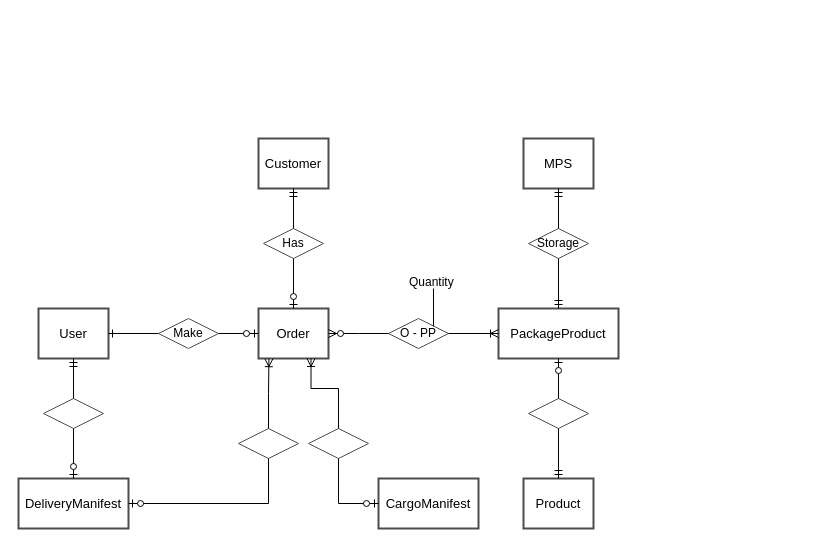
Earlier version of the draw.io diagram documentation/ERD-diagram.drawio (gabrielmrenno/erp_sales). Source tidied: cells renumbered, new cells numbered last; positions are measured from the earlier drawing's top-left corner, leaving out a move shared by most shapes. Both pictures are drawn from the tidied source at 100%, with x=0, y=0 at pixel (18, 138).
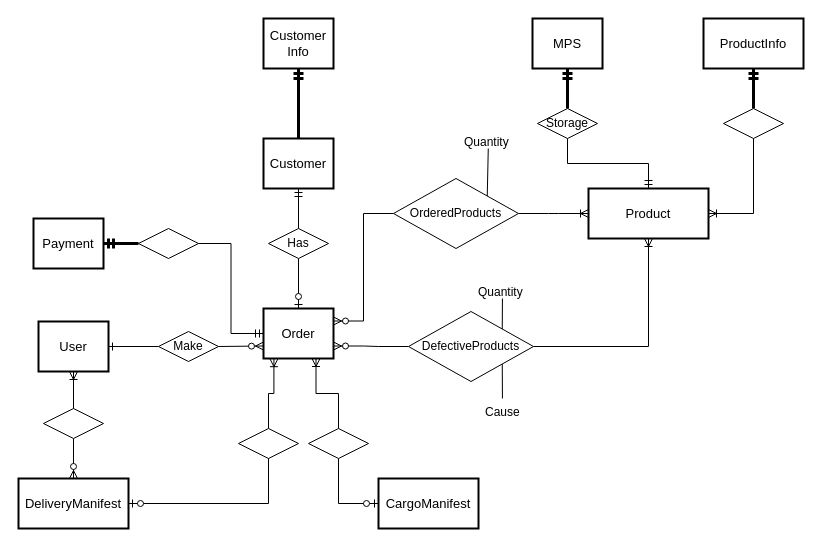
Above is the later version.

Commit message (it also covers changes not shown here):
fix: growing up response on user's features

What changed in the source:
```diff
@@
-    <mxCell id="2" value="Order" style="strokeWidth=2;whiteSpace=wrap;html=1;align=center;fontSize=13;fontFamily=Helvetica;fontColor=#000000;strokeColor=#4D4D4D;fillColor=#FFFFFF;shadow=0;" parent="1" vertex="1">
-      <mxGeometry x="240" y="170" width="70" height="50" as="geometry" />
+    <mxCell id="2" value="Order" style="strokeWidth=2;whiteSpace=wrap;html=1;align=center;fontSize=13;fontFamily=Helvetica;shadow=0;" parent="1" vertex="1">
+      <mxGeometry x="245" y="170" width="70" height="50" as="geometry" />
     </mxCell>
-    <mxCell id="3" value="User" style="strokeWidth=2;whiteSpace=wrap;html=1;align=center;fontSize=13;fontFamily=Helvetica;fontColor=#000000;strokeColor=#4D4D4D;fillColor=#FFFFFF;shadow=0;" parent="1" vertex="1">
-      <mxGeometry x="20" y="170" width="70" height="50" as="geometry" />
+    <mxCell id="3" value="User" style="strokeWidth=2;whiteSpace=wrap;html=1;align=center;fontSize=13;fontFamily=Helvetica;shadow=0;" parent="1" vertex="1">
+      <mxGeometry x="20" y="183" width="70" height="50" as="geometry" />
     </mxCell>
-    <mxCell id="4" value="Customer" style="strokeWidth=2;whiteSpace=wrap;html=1;align=center;fontSize=13;fontFamily=Helvetica;fontColor=#000000;strokeColor=#4D4D4D;fillColor=#FFFFFF;shadow=0;" parent="1" vertex="1">
-      <mxGeometry x="240" width="70" height="50" as="geometry" />
+    <mxCell id="4" value="Customer" style="strokeWidth=2;whiteSpace=wrap;html=1;align=center;fontSize=13;fontFamily=Helvetica;shadow=0;" parent="1" vertex="1">
+      <mxGeometry x="245" width="70" height="50" as="geometry" />
     </mxCell>
-    <mxCell id="5" value="PackageProduct" style="strokeWidth=2;whiteSpace=wrap;html=1;align=center;fontSize=13;fontFamily=Helvetica;fontColor=#000000;strokeColor=#4D4D4D;fillColor=#FFFFFF;shadow=0;" parent="1" vertex="1">
-      <mxGeometry x="480" y="170" width="120" height="50" as="geometry" />
+    <mxCell id="5" value="Product" style="strokeWidth=2;whiteSpace=wrap;html=1;align=center;fontSize=13;fontFamily=Helvetica;shadow=0;" parent="1" vertex="1">
+      <mxGeometry x="570" y="50" width="120" height="50" as="geometry" />
     </mxCell>
-    <mxCell id="6" value="CargoManifest" style="strokeWidth=2;whiteSpace=wrap;html=1;align=center;fontSize=13;fontFamily=Helvetica;fontColor=#000000;strokeColor=#4D4D4D;fillColor=#FFFFFF;shadow=0;" parent="1" vertex="1">
+    <mxCell id="6" value="CargoManifest" style="strokeWidth=2;whiteSpace=wrap;html=1;align=center;fontSize=13;fontFamily=Helvetica;shadow=0;" parent="1" vertex="1">
       <mxGeometry x="360" y="340" width="100" height="50" as="geometry" />
     </mxCell>
-    <mxCell id="7" value="Product" style="strokeWidth=2;whiteSpace=wrap;html=1;align=center;fontSize=13;fontFamily=Helvetica;fontColor=#000000;strokeColor=#4D4D4D;fillColor=#FFFFFF;shadow=0;" parent="1" vertex="1">
-      <mxGeometry x="505" y="340" width="70" height="50" as="geometry" />
-    </mxCell>
-    <mxCell id="8" value="MPS" style="strokeWidth=2;whiteSpace=wrap;html=1;align=center;fontSize=13;fontFamily=Helvetica;fontColor=#000000;strokeColor=#4D4D4D;fillColor=#FFFFFF;shadow=0;" parent="1" vertex="1">
-      <mxGeometry x="505" width="70" height="50" as="geometry" />
+    <mxCell id="8" value="MPS" style="strokeWidth=2;whiteSpace=wrap;html=1;align=center;fontSize=13;fontFamily=Helvetica;shadow=0;" parent="1" vertex="1">
+      <mxGeometry x="514" y="-120" width="70" height="50" as="geometry" />
     </mxCell>
-    <mxCell id="9" value="Make" style="rhombus;whiteSpace=wrap;html=1;shadow=0;strokeColor=#4D4D4D;fillColor=#FFFFFF;" parent="1" vertex="1">
-      <mxGeometry x="140" y="180" width="60" height="30" as="geometry" />
+    <mxCell id="9" value="Make" style="rhombus;whiteSpace=wrap;html=1;shadow=0;" parent="1" vertex="1">
+      <mxGeometry x="140" y="193" width="60" height="30" as="geometry" />
     </mxCell>
@@
-    <mxCell id="11" value="Storage" style="rhombus;whiteSpace=wrap;html=1;shadow=0;strokeColor=#4D4D4D;fillColor=#FFFFFF;" parent="1" vertex="1">
-      <mxGeometry x="510" y="90" width="60" height="30" as="geometry" />
+    <mxCell id="11" value="Storage" style="rhombus;whiteSpace=wrap;html=1;shadow=0;" parent="1" vertex="1">
+      <mxGeometry x="519" y="-30" width="60" height="30" as="geometry" />
     </mxCell>
-    <mxCell id="12" style="fontSize=12;html=1;endArrow=ERmandOne;rounded=0;entryX=0.5;entryY=1;entryDx=0;entryDy=0;" parent="1" edge="1" source="11" target="8">
+    <mxCell id="12" style="fontSize=12;html=1;endArrow=ERmandOne;rounded=0;entryX=0.5;entryY=1;entryDx=0;entryDy=0;strokeWidth=3;edgeStyle=orthogonalEdgeStyle;" parent="1" edge="1" source="11" target="8">
       <mxGeometry relative="1" as="geometry" />
     </mxCell>
-    <mxCell id="13" style="fontSize=12;html=1;endArrow=ERmandOne;rounded=0;entryX=0.5;entryY=0;entryDx=0;entryDy=0;exitX=0.5;exitY=1;exitDx=0;exitDy=0;" parent="1" edge="1" source="11" target="5">
+    <mxCell id="13" style="fontSize=12;html=1;endArrow=ERmandOne;rounded=0;entryX=0.5;entryY=0;entryDx=0;entryDy=0;exitX=0.5;exitY=1;exitDx=0;exitDy=0;edgeStyle=orthogonalEdgeStyle;" parent="1" edge="1" source="11" target="5">
       <mxGeometry relative="1" as="geometry" />
     </mxCell>
-    <mxCell id="14" value="Has" style="rhombus;whiteSpace=wrap;html=1;shadow=0;strokeColor=#4D4D4D;fillColor=#FFFFFF;" parent="1" vertex="1">
-      <mxGeometry x="245" y="90" width="60" height="30" as="geometry" />
+    <mxCell id="14" value="Has" style="rhombus;whiteSpace=wrap;html=1;shadow=0;" parent="1" vertex="1">
+      <mxGeometry x="250" y="90" width="60" height="30" as="geometry" />
     </mxCell>
@@
-    <mxCell id="16" value="DeliveryManifest" style="strokeWidth=2;whiteSpace=wrap;html=1;align=center;fontSize=13;fontFamily=Helvetica;fontColor=#000000;strokeColor=#4D4D4D;fillColor=#FFFFFF;shadow=0;" parent="1" vertex="1">
+    <mxCell id="16" value="DeliveryManifest" style="strokeWidth=2;whiteSpace=wrap;html=1;align=center;fontSize=13;fontFamily=Helvetica;shadow=0;" parent="1" vertex="1">
       <mxGeometry y="340" width="110" height="50" as="geometry" />
     </mxCell>
-    <mxCell id="17" style="rhombus;whiteSpace=wrap;html=1;shadow=0;strokeColor=#4D4D4D;fillColor=#FFFFFF;" parent="1" vertex="1">
-      <mxGeometry x="25" y="260" width="60" height="30" as="geometry" />
+    <mxCell id="17" style="rhombus;whiteSpace=wrap;html=1;shadow=0;" parent="1" vertex="1">
+      <mxGeometry x="25" y="270" width="60" height="30" as="geometry" />
     </mxCell>
-    <mxCell id="18" style="fontSize=12;html=1;endArrow=ERmandOne;rounded=0;" parent="1" edge="1" source="17" target="3">
-      <mxGeometry relative="1" as="geometry" />
-    </mxCell>
-    <mxCell id="19" style="edgeStyle=entityRelationEdgeStyle;fontSize=12;html=1;endArrow=ERzeroToOne;endFill=1;rounded=0;exitX=1;exitY=0.5;exitDx=0;exitDy=0;" parent="1" edge="1" source="9">
-      <mxGeometry relative="1" as="geometry">
-        <mxPoint x="240" y="195" as="targetPoint" />
-      </mxGeometry>
-    </mxCell>
@@
-    <mxCell id="21" style="fontSize=12;html=1;endArrow=ERzeroToOne;endFill=1;rounded=0;exitX=0.5;exitY=1;exitDx=0;exitDy=0;entryX=0.5;entryY=0;entryDx=0;entryDy=0;" parent="1" edge="1" source="17" target="16">
-      <mxGeometry relative="1" as="geometry" />
-    </mxCell>
-    <mxCell id="22" style="rhombus;whiteSpace=wrap;html=1;shadow=0;strokeColor=#4D4D4D;fillColor=#FFFFFF;" parent="1" vertex="1">
+    <mxCell id="22" style="rhombus;whiteSpace=wrap;html=1;shadow=0;" parent="1" vertex="1">
       <mxGeometry x="220" y="290" width="60" height="30" as="geometry" />
     </mxCell>
@@
-    <mxCell id="25" style="rhombus;whiteSpace=wrap;html=1;shadow=0;strokeColor=#4D4D4D;fillColor=#FFFFFF;" parent="1" vertex="1">
+    <mxCell id="25" style="rhombus;whiteSpace=wrap;html=1;shadow=0;" parent="1" vertex="1">
       <mxGeometry x="290" y="290" width="60" height="30" as="geometry" />
     </mxCell>
@@
-    <mxCell id="27" style="edgeStyle=orthogonalEdgeStyle;fontSize=12;html=1;endArrow=ERoneToMany;rounded=0;exitX=0.5;exitY=0;exitDx=0;exitDy=0;entryX=0.75;entryY=1;entryDx=0;entryDy=0;" parent="1" edge="1" source="25" target="2">
-      <mxGeometry relative="1" as="geometry">
-        <Array as="points">
-          <mxPoint x="320" y="250" />
-          <mxPoint x="293" y="250" />
-        </Array>
-      </mxGeometry>
+    <mxCell id="27" style="fontSize=12;html=1;endArrow=ERoneToMany;rounded=0;exitX=0.5;exitY=0;exitDx=0;exitDy=0;entryX=0.75;entryY=1;entryDx=0;entryDy=0;edgeStyle=orthogonalEdgeStyle;" parent="1" edge="1" source="25" target="2">
+      <mxGeometry relative="1" as="geometry" />
     </mxCell>
-    <mxCell id="28" value="O - PP" style="rhombus;whiteSpace=wrap;html=1;shadow=0;strokeColor=#4D4D4D;fillColor=#FFFFFF;" parent="1" vertex="1">
-      <mxGeometry x="370" y="180" width="60" height="30" as="geometry" />
+    <mxCell id="28" value="OrderedProducts" style="rhombus;whiteSpace=wrap;html=1;shadow=0;" parent="1" vertex="1">
+      <mxGeometry x="375" y="40" width="125" height="70" as="geometry" />
     </mxCell>
-    <mxCell id="29" style="edgeStyle=entityRelationEdgeStyle;fontSize=12;html=1;endArrow=ERzeroToMany;endFill=1;rounded=0;entryX=1;entryY=0.5;entryDx=0;entryDy=0;exitX=0;exitY=0.5;exitDx=0;exitDy=0;" parent="1" edge="1" source="28" target="2">
+    <mxCell id="29" style="edgeStyle=entityRelationEdgeStyle;fontSize=12;html=1;endArrow=ERzeroToMany;endFill=1;rounded=0;entryX=1;entryY=0.25;entryDx=0;entryDy=0;exitX=0;exitY=0.5;exitDx=0;exitDy=0;" parent="1" edge="1" source="28" target="2">
       <mxGeometry relative="1" as="geometry" />
     </mxCell>
@@
     <mxCell id="31" value="Quantity" style="text;strokeColor=none;fillColor=none;spacingLeft=4;spacingRight=4;overflow=hidden;points=[[0,0.5],[1,0.5]];portConstraint=eastwest;fontSize=12;" parent="1" vertex="1">
-      <mxGeometry x="385" y="130" width="60" height="20" as="geometry" />
+      <mxGeometry x="440" y="-10" width="60" height="20" as="geometry" />
     </mxCell>
@@
-    <mxCell id="33" style="rhombus;whiteSpace=wrap;html=1;shadow=0;strokeColor=#4D4D4D;fillColor=#FFFFFF;" parent="1" vertex="1">
-      <mxGeometry x="510" y="260" width="60" height="30" as="geometry" />
-    </mxCell>
-    <mxCell id="34" style="fontSize=12;html=1;endArrow=ERmandOne;rounded=0;exitX=0.5;exitY=1;exitDx=0;exitDy=0;entryX=0.5;entryY=0;entryDx=0;entryDy=0;" parent="1" edge="1" source="33" target="7">
-      <mxGeometry relative="1" as="geometry" />
-    </mxCell>
-    <mxCell id="35" style="fontSize=12;html=1;endArrow=ERzeroToOne;endFill=1;rounded=0;entryX=0.5;entryY=1;entryDx=0;entryDy=0;" parent="1" edge="1" source="33" target="5">
-      <mxGeometry relative="1" as="geometry" />
-    </mxCell>
+    <mxCell id="21" style="fontSize=12;html=1;endArrow=ERzeroToMany;endFill=1;rounded=0;exitX=0.5;exitY=1;exitDx=0;exitDy=0;entryX=0.5;entryY=0;entryDx=0;entryDy=0;" parent="1" edge="1" source="17" target="16">
+      <mxGeometry relative="1" as="geometry" />
+    </mxCell>
+    <mxCell id="36" style="fontSize=12;html=1;endArrow=ERzeroToMany;endFill=1;rounded=0;exitX=1;exitY=0.5;exitDx=0;exitDy=0;entryX=0;entryY=0.75;entryDx=0;entryDy=0;" parent="1" edge="1" source="9" target="2">
+      <mxGeometry relative="1" as="geometry" />
+    </mxCell>
+    <mxCell id="37" value="DefectiveProducts" style="rhombus;whiteSpace=wrap;html=1;shadow=0;" parent="1" vertex="1">
+      <mxGeometry x="390" y="173" width="125" height="70" as="geometry" />
+    </mxCell>
+    <mxCell id="38" style="edgeStyle=entityRelationEdgeStyle;fontSize=12;html=1;endArrow=ERzeroToMany;endFill=1;rounded=0;entryX=1;entryY=0.75;entryDx=0;entryDy=0;exitX=0;exitY=0.5;exitDx=0;exitDy=0;" parent="1" edge="1" source="37" target="2">
+      <mxGeometry relative="1" as="geometry" />
+    </mxCell>
+    <mxCell id="39" style="edgeStyle=orthogonalEdgeStyle;fontSize=12;html=1;endArrow=ERoneToMany;rounded=0;exitX=1;exitY=0.5;exitDx=0;exitDy=0;entryX=0.5;entryY=1;entryDx=0;entryDy=0;" parent="1" edge="1" source="37" target="5">
+      <mxGeometry relative="1" as="geometry" />
+    </mxCell>
+    <mxCell id="40" value="Quantity" style="text;strokeColor=none;fillColor=none;spacingLeft=4;spacingRight=4;overflow=hidden;points=[[0,0.5],[1,0.5]];portConstraint=eastwest;fontSize=12;" parent="1" vertex="1">
+      <mxGeometry x="454" y="140" width="60" height="20" as="geometry" />
+    </mxCell>
+    <mxCell id="41" style="endArrow=none;html=1;rounded=0;exitX=1;exitY=0;exitDx=0;exitDy=0;" parent="1" edge="1" source="37" target="40">
+      <mxGeometry relative="1" as="geometry" />
+    </mxCell>
+    <mxCell id="42" value="Cause" style="text;strokeColor=none;fillColor=none;spacingLeft=4;spacingRight=4;overflow=hidden;points=[[0,0.5],[1,0.5]];portConstraint=eastwest;fontSize=12;" parent="1" vertex="1">
+      <mxGeometry x="461" y="260" width="46" height="20" as="geometry" />
+    </mxCell>
+    <mxCell id="43" style="endArrow=none;html=1;rounded=0;exitX=1;exitY=1;exitDx=0;exitDy=0;" parent="1" edge="1" source="37" target="42">
+      <mxGeometry relative="1" as="geometry" />
+    </mxCell>
+    <mxCell id="44" value="Payment" style="strokeWidth=2;whiteSpace=wrap;html=1;align=center;fontSize=13;fontFamily=Helvetica;shadow=0;" parent="1" vertex="1">
+      <mxGeometry x="15" y="80" width="70" height="50" as="geometry" />
+    </mxCell>
+    <mxCell id="45" style="rhombus;whiteSpace=wrap;html=1;shadow=0;" parent="1" vertex="1">
+      <mxGeometry x="120" y="90" width="60" height="30" as="geometry" />
+    </mxCell>
+    <mxCell id="46" style="fontSize=12;html=1;endArrow=ERmandOne;rounded=0;exitX=1;exitY=0.5;exitDx=0;exitDy=0;entryX=0;entryY=0.5;entryDx=0;entryDy=0;edgeStyle=orthogonalEdgeStyle;" parent="1" edge="1" source="45" target="2">
+      <mxGeometry relative="1" as="geometry" />
+    </mxCell>
+    <mxCell id="47" style="fontSize=12;html=1;endArrow=ERmandOne;rounded=0;exitX=0;exitY=0.5;exitDx=0;exitDy=0;entryX=1;entryY=0.5;entryDx=0;entryDy=0;edgeStyle=orthogonalEdgeStyle;strokeWidth=3;" parent="1" edge="1" source="45" target="44">
+      <mxGeometry relative="1" as="geometry" />
+    </mxCell>
+    <mxCell id="48" value="Customer&lt;br&gt;Info" style="strokeWidth=2;whiteSpace=wrap;html=1;align=center;fontSize=13;fontFamily=Helvetica;shadow=0;" parent="1" vertex="1">
+      <mxGeometry x="245" y="-120" width="70" height="50" as="geometry" />
+    </mxCell>
+    <mxCell id="49" style="fontSize=12;html=1;endArrow=ERmandOne;rounded=0;entryX=0.5;entryY=1;entryDx=0;entryDy=0;edgeStyle=orthogonalEdgeStyle;strokeWidth=3;exitX=0.5;exitY=0;exitDx=0;exitDy=0;" parent="1" edge="1" source="4" target="48">
+      <mxGeometry relative="1" as="geometry" />
+    </mxCell>
+    <mxCell id="50" value="ProductInfo" style="strokeWidth=2;whiteSpace=wrap;html=1;align=center;fontSize=13;fontFamily=Helvetica;shadow=0;" parent="1" vertex="1">
+      <mxGeometry x="685" y="-120" width="100" height="50" as="geometry" />
+    </mxCell>
+    <mxCell id="51" style="rhombus;whiteSpace=wrap;html=1;shadow=0;" parent="1" vertex="1">
+      <mxGeometry x="705" y="-30" width="60" height="30" as="geometry" />
+    </mxCell>
+    <mxCell id="52" style="fontSize=12;html=1;endArrow=ERmandOne;rounded=0;strokeWidth=3;edgeStyle=orthogonalEdgeStyle;" parent="1" edge="1" source="51" target="50">
+      <mxGeometry relative="1" as="geometry" />
+    </mxCell>
+    <mxCell id="53" style="fontSize=12;html=1;endArrow=ERoneToMany;exitX=0.5;exitY=1;exitDx=0;exitDy=0;edgeStyle=orthogonalEdgeStyle;entryX=1;entryY=0.5;entryDx=0;entryDy=0;elbow=vertical;rounded=0;" parent="1" edge="1" source="51" target="5">
+      <mxGeometry relative="1" as="geometry" />
+    </mxCell>
+    <mxCell id="18" style="fontSize=12;html=1;endArrow=ERoneToMany;rounded=0;elbow=vertical;exitX=0.5;exitY=0;exitDx=0;exitDy=0;entryX=0.5;entryY=1;entryDx=0;entryDy=0;" parent="1" edge="1" source="17" target="3">
+      <mxGeometry relative="1" as="geometry" />
+    </mxCell>
```
